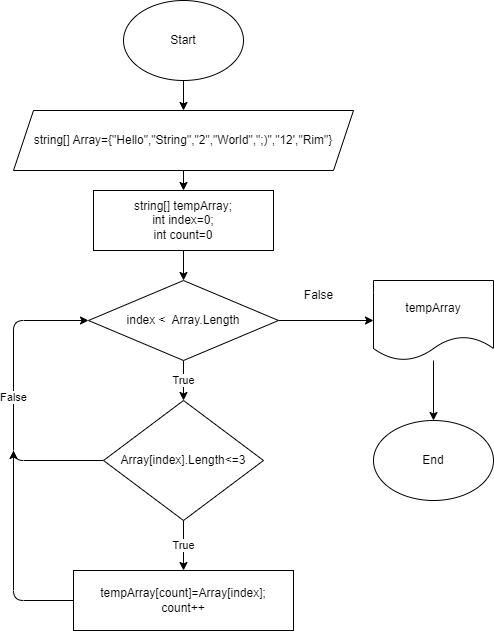
This is Schem/Schema.drawio.png from Painkillerap/Control-work, a draw.io export, as it was before one commit. Source tidied: cells renumbered, new cells last; positions are measured from the earlier drawing's top-left corner, leaving out a move shared by most shapes. Source of this version:
```xml
<mxGraphModel>
  <root>
    <mxCell id="0" />
    <mxCell id="1" parent="0" />
    <mxCell id="2" style="edgeStyle=none;html=1;exitX=0.5;exitY=1;exitDx=0;exitDy=0;entryX=0.5;entryY=0;entryDx=0;entryDy=0;" parent="1" edge="1" source="3" target="5">
      <mxGeometry relative="1" as="geometry" />
    </mxCell>
    <mxCell id="3" value="Start" style="ellipse;whiteSpace=wrap;html=1;" parent="1" vertex="1">
      <mxGeometry x="110" width="120" height="80" as="geometry" />
    </mxCell>
    <mxCell id="4" style="edgeStyle=none;html=1;exitX=0.5;exitY=1;exitDx=0;exitDy=0;entryX=0.5;entryY=0;entryDx=0;entryDy=0;" parent="1" edge="1" source="5" target="7">
      <mxGeometry relative="1" as="geometry" />
    </mxCell>
    <mxCell id="5" value="string[] Array={&quot;Hello&quot;,&quot;String&quot;,&quot;2&quot;,&quot;World&quot;,&quot;;)&quot;,&quot;12',&quot;Rim&quot;}" style="shape=parallelogram;perimeter=parallelogramPerimeter;whiteSpace=wrap;html=1;fixedSize=1;" parent="1" vertex="1">
      <mxGeometry y="110" width="340" height="60" as="geometry" />
    </mxCell>
    <mxCell id="6" style="edgeStyle=none;html=1;exitX=0.5;exitY=1;exitDx=0;exitDy=0;entryX=0.5;entryY=0;entryDx=0;entryDy=0;" parent="1" edge="1" source="7" target="10">
      <mxGeometry relative="1" as="geometry" />
    </mxCell>
    <mxCell id="7" value="string[] tempArray;&lt;br&gt;int index=0;&lt;br&gt;int count=0" style="rounded=0;whiteSpace=wrap;html=1;" parent="1" vertex="1">
      <mxGeometry x="80" y="190" width="180" height="60" as="geometry" />
    </mxCell>
    <mxCell id="8" style="edgeStyle=none;html=1;exitX=1;exitY=0.5;exitDx=0;exitDy=0;entryX=0;entryY=0.5;entryDx=0;entryDy=0;" parent="1" edge="1" source="10" target="12">
      <mxGeometry relative="1" as="geometry" />
    </mxCell>
    <mxCell id="9" value="True" style="edgeStyle=none;html=1;exitX=0.5;exitY=1;exitDx=0;exitDy=0;entryX=0.5;entryY=0;entryDx=0;entryDy=0;" parent="1" edge="1" source="10" target="16">
      <mxGeometry relative="1" as="geometry" />
    </mxCell>
    <mxCell id="10" value="index &amp;lt;&amp;nbsp; Array.Length" style="rhombus;whiteSpace=wrap;html=1;" parent="1" vertex="1">
      <mxGeometry x="75" y="280" width="190" height="80" as="geometry" />
    </mxCell>
    <mxCell id="11" style="edgeStyle=none;html=1;entryX=0.5;entryY=0;entryDx=0;entryDy=0;" parent="1" edge="1" source="12" target="13">
      <mxGeometry relative="1" as="geometry" />
    </mxCell>
    <mxCell id="12" value="tempArray" style="shape=document;whiteSpace=wrap;html=1;boundedLbl=1;" parent="1" vertex="1">
      <mxGeometry x="360" y="280" width="120" height="80" as="geometry" />
    </mxCell>
    <mxCell id="13" value="End" style="ellipse;whiteSpace=wrap;html=1;" parent="1" vertex="1">
      <mxGeometry x="360" y="420" width="120" height="80" as="geometry" />
    </mxCell>
    <mxCell id="14" value="False" style="edgeStyle=none;html=1;exitX=0;exitY=0.5;exitDx=0;exitDy=0;entryX=0;entryY=0.5;entryDx=0;entryDy=0;" parent="1" edge="1" source="16" target="10">
      <mxGeometry relative="1" as="geometry">
        <Array as="points">
          <mxPoint y="460" />
          <mxPoint y="320" />
        </Array>
      </mxGeometry>
    </mxCell>
    <mxCell id="15" value="True" style="edgeStyle=none;html=1;" parent="1" edge="1" source="16" target="19">
      <mxGeometry relative="1" as="geometry" />
    </mxCell>
    <mxCell id="16" value="Array[index].Length&amp;lt;=3" style="rhombus;whiteSpace=wrap;html=1;" parent="1" vertex="1">
      <mxGeometry x="90" y="400" width="160" height="120" as="geometry" />
    </mxCell>
    <mxCell id="17" value="False" style="text;html=1;align=center;verticalAlign=middle;strokeColor=none;fillColor=none;" parent="1" vertex="1">
      <mxGeometry x="280" y="280" width="50" height="30" as="geometry" />
    </mxCell>
    <mxCell id="18" style="edgeStyle=none;html=1;exitX=0;exitY=0.5;exitDx=0;exitDy=0;" parent="1" edge="1" source="19">
      <mxGeometry relative="1" as="geometry">
        <mxPoint y="450" as="targetPoint" />
        <Array as="points">
          <mxPoint y="600" />
        </Array>
      </mxGeometry>
    </mxCell>
    <mxCell id="19" value="tempArray[count]=Array[index];&lt;br&gt;count++" style="whiteSpace=wrap;html=1;" parent="1" vertex="1">
      <mxGeometry x="60" y="570" width="220" height="60" as="geometry" />
    </mxCell>
  </root>
</mxGraphModel>
```
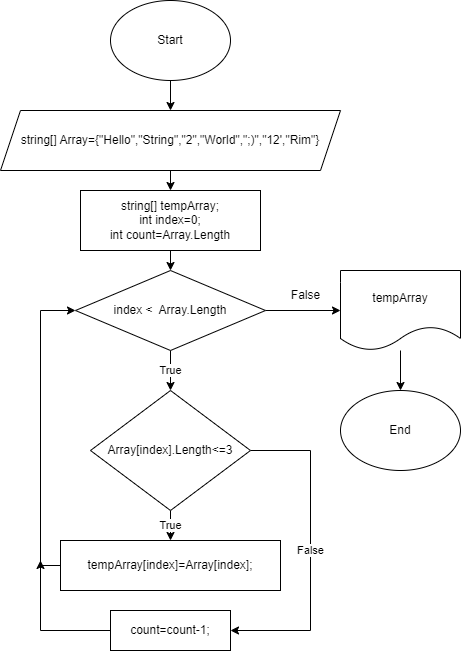
Later version of the same file.

What changed in the source:
```diff
@@ -17,7 +17,7 @@
     <mxCell id="6" style="edgeStyle=none;html=1;exitX=0.5;exitY=1;exitDx=0;exitDy=0;entryX=0.5;entryY=0;entryDx=0;entryDy=0;" parent="1" edge="1" source="7" target="10">
       <mxGeometry relative="1" as="geometry" />
     </mxCell>
-    <mxCell id="7" value="string[] tempArray;&lt;br&gt;int index=0;&lt;br&gt;int count=0" style="rounded=0;whiteSpace=wrap;html=1;" parent="1" vertex="1">
+    <mxCell id="7" value="string[] tempArray;&lt;br&gt;int index=0;&lt;br&gt;int count=Array.Length" style="rounded=0;whiteSpace=wrap;html=1;" parent="1" vertex="1">
       <mxGeometry x="80" y="190" width="180" height="60" as="geometry" />
     </mxCell>
     <mxCell id="8" style="edgeStyle=none;html=1;exitX=1;exitY=0.5;exitDx=0;exitDy=0;entryX=0;entryY=0.5;entryDx=0;entryDy=0;" parent="1" edge="1" source="10" target="12">
@@ -27,44 +27,47 @@
       <mxGeometry relative="1" as="geometry" />
     </mxCell>
     <mxCell id="10" value="index &amp;lt;&amp;nbsp; Array.Length" style="rhombus;whiteSpace=wrap;html=1;" parent="1" vertex="1">
-      <mxGeometry x="75" y="280" width="190" height="80" as="geometry" />
+      <mxGeometry x="75" y="270" width="190" height="80" as="geometry" />
     </mxCell>
     <mxCell id="11" style="edgeStyle=none;html=1;entryX=0.5;entryY=0;entryDx=0;entryDy=0;" parent="1" edge="1" source="12" target="13">
       <mxGeometry relative="1" as="geometry" />
     </mxCell>
     <mxCell id="12" value="tempArray" style="shape=document;whiteSpace=wrap;html=1;boundedLbl=1;" parent="1" vertex="1">
-      <mxGeometry x="360" y="280" width="120" height="80" as="geometry" />
+      <mxGeometry x="340" y="270" width="120" height="80" as="geometry" />
     </mxCell>
     <mxCell id="13" value="End" style="ellipse;whiteSpace=wrap;html=1;" parent="1" vertex="1">
-      <mxGeometry x="360" y="420" width="120" height="80" as="geometry" />
+      <mxGeometry x="340" y="390" width="120" height="80" as="geometry" />
     </mxCell>
+    <mxCell id="15" value="True" style="edgeStyle=none;html=1;" parent="1" edge="1" source="16" target="19">
+      <mxGeometry relative="1" as="geometry" />
+    </mxCell>
-    <mxCell id="14" value="False" style="edgeStyle=none;html=1;exitX=0;exitY=0.5;exitDx=0;exitDy=0;entryX=0;entryY=0.5;entryDx=0;entryDy=0;" parent="1" edge="1" source="16" target="10">
+    <mxCell id="14" value="False" style="edgeStyle=orthogonalEdgeStyle;rounded=0;jettySize=auto;html=1;exitX=1;exitY=0.5;exitDx=0;exitDy=0;entryX=1;entryY=0.5;entryDx=0;entryDy=0;" parent="1" edge="1" source="16" target="22">
       <mxGeometry relative="1" as="geometry">
         <Array as="points">
-          <mxPoint y="460" />
-          <mxPoint y="320" />
+          <mxPoint x="310" y="450" />
+          <mxPoint x="310" y="630" />
         </Array>
       </mxGeometry>
     </mxCell>
-    <mxCell id="15" value="True" style="edgeStyle=none;html=1;" parent="1" edge="1" source="16" target="19">
-      <mxGeometry relative="1" as="geometry" />
-    </mxCell>
     <mxCell id="16" value="Array[index].Length&amp;lt;=3" style="rhombus;whiteSpace=wrap;html=1;" parent="1" vertex="1">
-      <mxGeometry x="90" y="400" width="160" height="120" as="geometry" />
+      <mxGeometry x="90" y="390" width="160" height="120" as="geometry" />
     </mxCell>
     <mxCell id="17" value="False" style="text;html=1;align=center;verticalAlign=middle;strokeColor=none;fillColor=none;" parent="1" vertex="1">
       <mxGeometry x="280" y="280" width="50" height="30" as="geometry" />
     </mxCell>
-    <mxCell id="18" style="edgeStyle=none;html=1;exitX=0;exitY=0.5;exitDx=0;exitDy=0;" parent="1" edge="1" source="19">
-      <mxGeometry relative="1" as="geometry">
-        <mxPoint y="450" as="targetPoint" />
-        <Array as="points">
-          <mxPoint y="600" />
-        </Array>
-      </mxGeometry>
-    </mxCell>
+    <mxCell id="20" style="edgeStyle=orthogonalEdgeStyle;rounded=0;jettySize=auto;html=1;exitX=0;exitY=0.5;exitDx=0;exitDy=0;entryX=0;entryY=0.5;entryDx=0;entryDy=0;" parent="1" edge="1" source="19" target="10">
+      <mxGeometry relative="1" as="geometry" />
+    </mxCell>
-    <mxCell id="19" value="tempArray[count]=Array[index];&lt;br&gt;count++" style="whiteSpace=wrap;html=1;" parent="1" vertex="1">
-      <mxGeometry x="60" y="570" width="220" height="60" as="geometry" />
+    <mxCell id="19" value="tempArray[index]=Array[index];" style="whiteSpace=wrap;html=1;" parent="1" vertex="1">
+      <mxGeometry x="60" y="540" width="220" height="50" as="geometry" />
     </mxCell>
+    <mxCell id="21" style="edgeStyle=orthogonalEdgeStyle;rounded=0;jettySize=auto;html=1;exitX=0;exitY=0.5;exitDx=0;exitDy=0;" parent="1" edge="1" source="22">
+      <mxGeometry relative="1" as="geometry">
+        <mxPoint x="40" y="560" as="targetPoint" />
+      </mxGeometry>
+    </mxCell>
+    <mxCell id="22" value="count=count-1;" style="whiteSpace=wrap;html=1;" parent="1" vertex="1">
+      <mxGeometry x="110" y="610" width="120" height="40" as="geometry" />
+    </mxCell>
   </root>
 </mxGraphModel>
```
